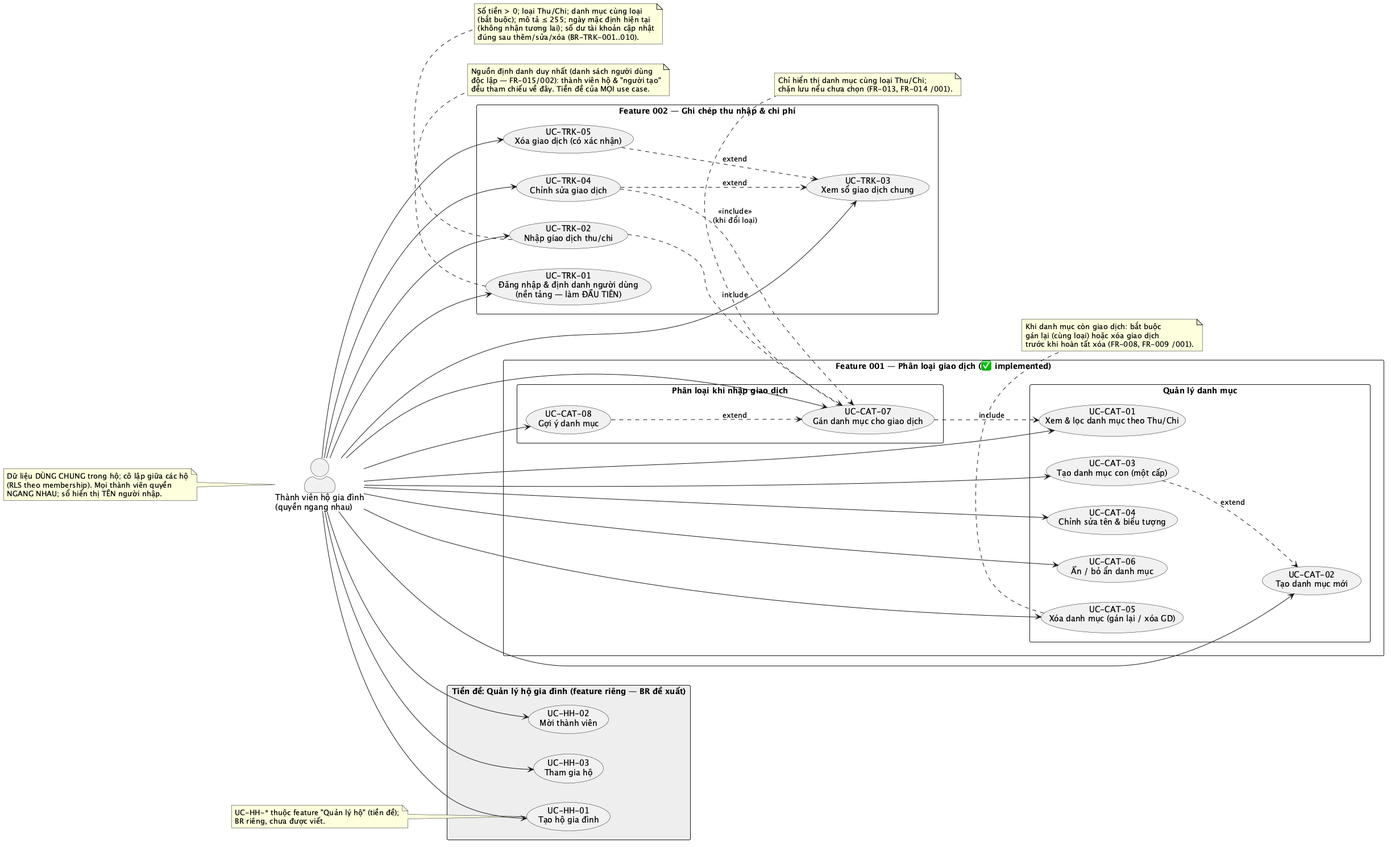
Earlier version of the PlantUML export specs/diagrams/use-cases.png (tuanpham197/mango-family).
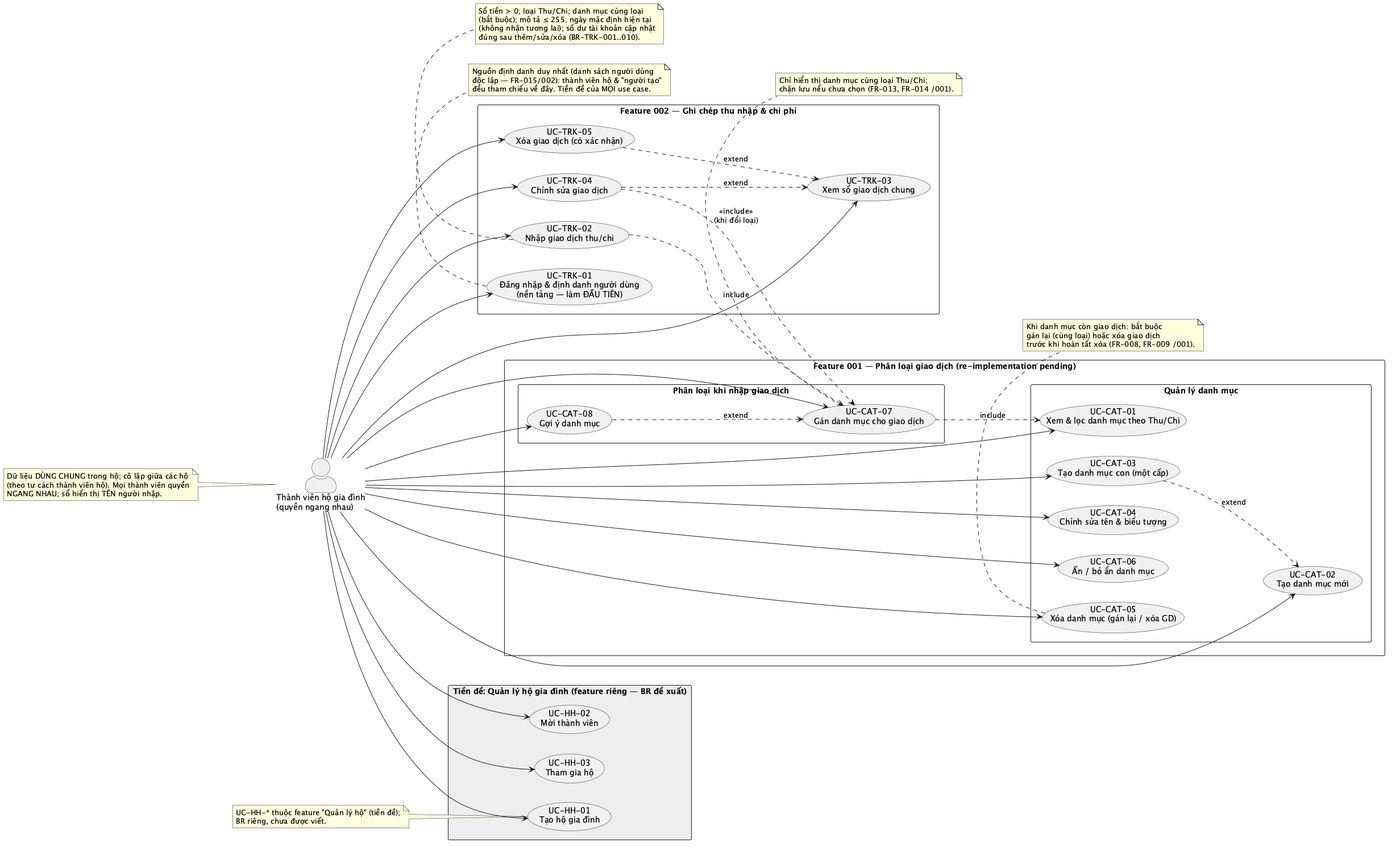
Above is the later version.

What changed in the source:
```diff
@@ -14,7 +14,7 @@
     usecase "UC-TRK-05\nXóa giao dịch (có xác nhận)" as TRK05
 }
 
-rectangle "Feature 001 — Phân loại giao dịch (✅ implemented)" {
+rectangle "Feature 001 — Phân loại giao dịch (re-implementation pending)" {
 
     package "Quản lý danh mục" {
         usecase "UC-CAT-01\nXem & lọc danh mục theo Thu/Chi" as UC01
@@ -88,7 +88,7 @@
 
 note as N1
   Dữ liệu DÙNG CHUNG trong hộ; cô lập giữa các hộ
-  (RLS theo membership). Mọi thành viên quyền
+  (theo tư cách thành viên hộ). Mọi thành viên quyền
   NGANG NHAU; sổ hiển thị TÊN người nhập.
 end note
 N1 .. member
```
